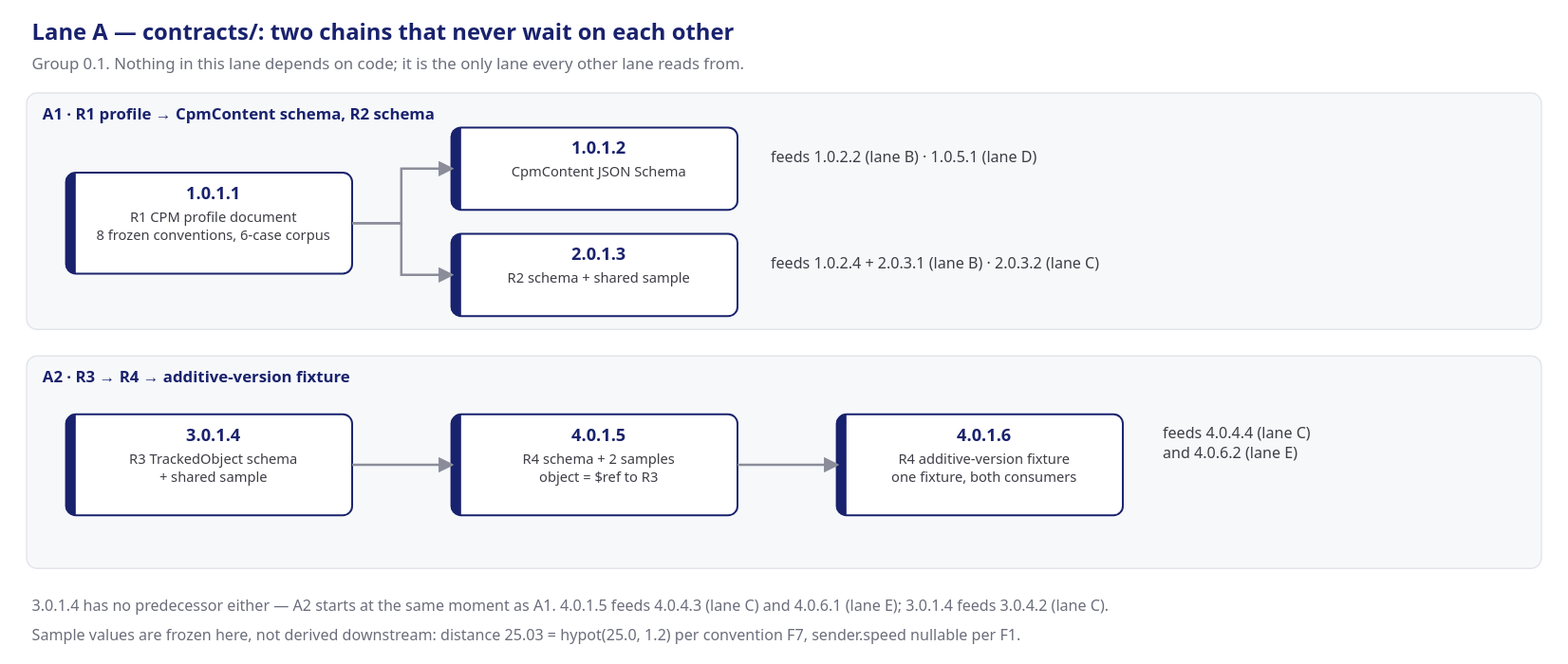
Before: presentation/assets/phase0-exec-lane-a.svg, a diagram exported from draw.io (mnpham2101/FPT-Hackathon2026). Source tidied: cells renumbered, new cells last; positions are measured from the earlier drawing's top-left corner, leaving out a move shared by most shapes. Its diagram source:
```xml
<mxGraphModel>
  <root>
    <mxCell id="0" />
    <mxCell id="1" parent="0" />
    <mxCell id="2" value="Lane A — contracts/: two chains that never wait on each other" style="text;html=1;align=left;verticalAlign=middle;fontSize=16;fontColor=#19226D;fontStyle=1;" parent="1" vertex="1">
      <mxGeometry x="4" width="550" height="26" as="geometry" />
    </mxCell>
    <mxCell id="3" value="Lane A — contracts/: two chains that never wait on each other" style="text;html=1;align=left;verticalAlign=middle;fontSize=14;fontStyle=1;fontColor=#19226D;" parent="1" vertex="1">
      <mxGeometry y="1" width="1140" height="22" as="geometry" />
    </mxCell>
    <mxCell id="4" value="Group 0.1. Nothing in this lane depends on code; it is the only lane every other lane reads from." style="text;html=1;align=left;verticalAlign=middle;fontSize=11;fontColor=#6b6e7b;" parent="1" vertex="1">
      <mxGeometry x="4" y="27" width="617" height="18" as="geometry" />
    </mxCell>
    <mxCell id="5" value="Group 0.1. Nothing in this lane depends on code; it is the only lane every other lane reads from." style="text;html=1;align=left;verticalAlign=middle;fontSize=11;fontColor=#6b6e7b;" parent="1" vertex="1">
      <mxGeometry y="23" width="1140" height="18" as="geometry" />
    </mxCell>
    <mxCell id="6" value="A1 · R1 profile → CpmContent schema, R2 schema" style="rounded=1;whiteSpace=wrap;html=1;fillColor=#f7f8fa;strokeColor=#e3e5ea;verticalAlign=top;align=left;spacingLeft=10;fontSize=11;fontStyle=1;fontColor=#19226D;" parent="1" vertex="1">
      <mxGeometry y="57" width="1140" height="178" as="geometry" />
    </mxCell>
    <mxCell id="7" value="A1 · R1 profile → CpmContent schema, R2 schema" style="text;html=1;align=left;verticalAlign=middle;fontSize=11;fontColor=#19226D;fontStyle=1;" parent="1" vertex="1">
      <mxGeometry x="12" y="65" width="293" height="18" as="geometry" />
    </mxCell>
    <mxCell id="8" value="&lt;b&gt;1.0.1.1&lt;/b&gt;&lt;br&gt;R1 CPM profile document&lt;br&gt;8 frozen conventions, 6-case corpus" style="rounded=1;whiteSpace=wrap;html=1;fillColor=#ffffff;strokeColor=#19226D;fontSize=11;fontColor=#19226D;verticalAlign=middle;" parent="1" vertex="1">
      <mxGeometry x="30" y="117" width="215" height="76" as="geometry" />
    </mxCell>
    <mxCell id="9" value="&lt;b&gt;1.0.1.2&lt;/b&gt;&lt;br&gt;CpmContent JSON Schema" style="rounded=1;whiteSpace=wrap;html=1;fillColor=#ffffff;strokeColor=#19226D;fontSize=11;fontColor=#19226D;verticalAlign=middle;" parent="1" vertex="1">
      <mxGeometry x="320" y="83" width="215" height="62" as="geometry" />
    </mxCell>
    <mxCell id="10" value="&lt;b&gt;2.0.1.3&lt;/b&gt;&lt;br&gt;R2 schema + shared sample" style="rounded=1;whiteSpace=wrap;html=1;fillColor=#ffffff;strokeColor=#19226D;fontSize=11;fontColor=#19226D;verticalAlign=middle;" parent="1" vertex="1">
      <mxGeometry x="320" y="163" width="215" height="62" as="geometry" />
    </mxCell>
    <mxCell id="11" style="edgeStyle=orthogonalEdgeStyle;rounded=0;html=1;strokeColor=#8a8d99;endArrow=classic;fontSize=10;" parent="1" edge="1" source="8" target="9">
      <mxGeometry relative="1" as="geometry">
        <Array as="points">
          <mxPoint x="282" y="155" />
          <mxPoint x="282" y="114" />
        </Array>
      </mxGeometry>
    </mxCell>
    <mxCell id="12" style="edgeStyle=orthogonalEdgeStyle;rounded=0;html=1;strokeColor=#8a8d99;endArrow=classic;fontSize=10;" parent="1" edge="1" source="8" target="10">
      <mxGeometry relative="1" as="geometry">
        <Array as="points">
          <mxPoint x="282" y="155" />
          <mxPoint x="282" y="194" />
        </Array>
      </mxGeometry>
    </mxCell>
    <mxCell id="13" value="feeds  1.0.2.2 (lane B)  ·  1.0.5.1 (lane D)" style="text;html=1;align=left;verticalAlign=middle;fontSize=10;fontColor=#3d3d46;" parent="1" vertex="1">
      <mxGeometry x="560" y="97" width="268" height="17" as="geometry" />
    </mxCell>
    <mxCell id="14" value="feeds  1.0.2.4 + 2.0.3.1 (lane B)  ·  2.0.3.2 (lane C)" style="text;html=1;align=left;verticalAlign=middle;fontSize=10;fontColor=#3d3d46;" parent="1" vertex="1">
      <mxGeometry x="560" y="177" width="329" height="17" as="geometry" />
    </mxCell>
    <mxCell id="15" value="A2 · R3 → R4 → additive-version fixture" style="rounded=1;whiteSpace=wrap;html=1;fillColor=#f7f8fa;strokeColor=#e3e5ea;verticalAlign=top;align=left;spacingLeft=10;fontSize=11;fontStyle=1;fontColor=#19226D;" parent="1" vertex="1">
      <mxGeometry y="255" width="1140" height="160" as="geometry" />
    </mxCell>
    <mxCell id="16" value="A2 · R3 → R4 → additive-version fixture" style="text;html=1;align=left;verticalAlign=middle;fontSize=11;fontColor=#19226D;fontStyle=1;" parent="1" vertex="1">
      <mxGeometry x="12" y="263" width="248" height="18" as="geometry" />
    </mxCell>
    <mxCell id="17" value="&lt;b&gt;3.0.1.4&lt;/b&gt;&lt;br&gt;R3 TrackedObject schema&lt;br&gt;+ shared sample" style="rounded=1;whiteSpace=wrap;html=1;fillColor=#ffffff;strokeColor=#19226D;fontSize=11;fontColor=#19226D;verticalAlign=middle;" parent="1" vertex="1">
      <mxGeometry x="30" y="299" width="215" height="76" as="geometry" />
    </mxCell>
    <mxCell id="18" value="&lt;b&gt;4.0.1.5&lt;/b&gt;&lt;br&gt;R4 schema + 2 samples&lt;br&gt;object = $ref to R3" style="rounded=1;whiteSpace=wrap;html=1;fillColor=#ffffff;strokeColor=#19226D;fontSize=11;fontColor=#19226D;verticalAlign=middle;" parent="1" vertex="1">
      <mxGeometry x="320" y="299" width="215" height="76" as="geometry" />
    </mxCell>
    <mxCell id="19" value="&lt;b&gt;4.0.1.6&lt;/b&gt;&lt;br&gt;R4 additive-version fixture&lt;br&gt;one fixture, both consumers" style="rounded=1;whiteSpace=wrap;html=1;fillColor=#ffffff;strokeColor=#19226D;fontSize=11;fontColor=#19226D;verticalAlign=middle;" parent="1" vertex="1">
      <mxGeometry x="610" y="299" width="215" height="76" as="geometry" />
    </mxCell>
    <mxCell id="20" style="edgeStyle=orthogonalEdgeStyle;rounded=0;html=1;strokeColor=#8a8d99;endArrow=classic;fontSize=10;" parent="1" edge="1" source="17" target="18">
      <mxGeometry relative="1" as="geometry" />
    </mxCell>
    <mxCell id="21" style="edgeStyle=orthogonalEdgeStyle;rounded=0;html=1;strokeColor=#8a8d99;endArrow=classic;fontSize=10;" parent="1" edge="1" source="18" target="19">
      <mxGeometry relative="1" as="geometry" />
    </mxCell>
    <mxCell id="22" value="feeds  4.0.4.4 (lane C)" style="text;html=1;align=left;verticalAlign=middle;fontSize=10;fontColor=#3d3d46;" parent="1" vertex="1">
      <mxGeometry x="855" y="305" width="140" height="17" as="geometry" />
    </mxCell>
    <mxCell id="23" value="and  4.0.6.2 (lane E)" style="text;html=1;align=left;verticalAlign=middle;fontSize=10;fontColor=#3d3d46;" parent="1" vertex="1">
      <mxGeometry x="855" y="321" width="128" height="17" as="geometry" />
    </mxCell>
    <mxCell id="24" value="3.0.1.4 has no predecessor either — A2 starts at the same moment as A1. 4.0.1.5 feeds 4.0.4.3 (lane C) and 4.0.6.1 (lane E); 3.0.1.4 feeds 3.0.4.2 (lane C)." style="text;html=1;align=left;verticalAlign=middle;fontSize=10;fontColor=#6b6e7b;" parent="1" vertex="1">
      <mxGeometry x="4" y="435" width="951" height="17" as="geometry" />
    </mxCell>
    <mxCell id="25" value="Sample values are frozen here, not derived downstream: distance 25.03 = hypot(25.0, 1.2) per convention F7, sender.speed nullable per F1." style="text;html=1;align=left;verticalAlign=middle;fontSize=10;fontColor=#6b6e7b;" parent="1" vertex="1">
      <mxGeometry x="4" y="457" width="835" height="17" as="geometry" />
    </mxCell>
  </root>
</mxGraphModel>
```
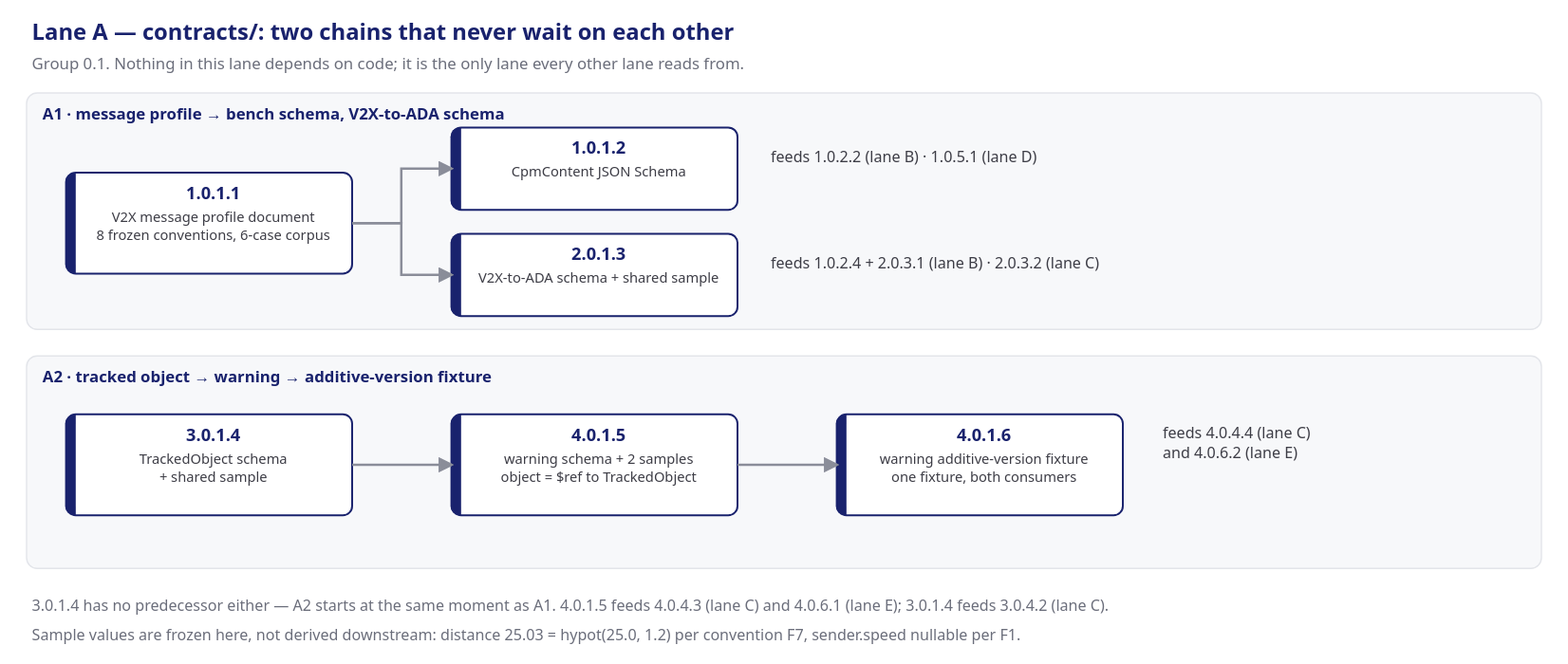
Later version of the same file.

What changed in the source:
```diff
@@ -14,19 +14,19 @@
     <mxCell id="5" value="Group 0.1. Nothing in this lane depends on code; it is the only lane every other lane reads from." style="text;html=1;align=left;verticalAlign=middle;fontSize=11;fontColor=#6b6e7b;" parent="1" vertex="1">
       <mxGeometry y="23" width="1140" height="18" as="geometry" />
     </mxCell>
-    <mxCell id="6" value="A1 · R1 profile → CpmContent schema, R2 schema" style="rounded=1;whiteSpace=wrap;html=1;fillColor=#f7f8fa;strokeColor=#e3e5ea;verticalAlign=top;align=left;spacingLeft=10;fontSize=11;fontStyle=1;fontColor=#19226D;" parent="1" vertex="1">
+    <mxCell id="6" value="A1 · message profile → bench schema, V2X-to-ADA schema" style="rounded=1;whiteSpace=wrap;html=1;fillColor=#f7f8fa;strokeColor=#e3e5ea;verticalAlign=top;align=left;spacingLeft=10;fontSize=11;fontStyle=1;fontColor=#19226D;" parent="1" vertex="1">
       <mxGeometry y="57" width="1140" height="178" as="geometry" />
     </mxCell>
-    <mxCell id="7" value="A1 · R1 profile → CpmContent schema, R2 schema" style="text;html=1;align=left;verticalAlign=middle;fontSize=11;fontColor=#19226D;fontStyle=1;" parent="1" vertex="1">
+    <mxCell id="7" value="A1 · message profile → bench schema, V2X-to-ADA schema" style="text;html=1;align=left;verticalAlign=middle;fontSize=11;fontColor=#19226D;fontStyle=1;" parent="1" vertex="1">
       <mxGeometry x="12" y="65" width="293" height="18" as="geometry" />
     </mxCell>
-    <mxCell id="8" value="&lt;b&gt;1.0.1.1&lt;/b&gt;&lt;br&gt;R1 CPM profile document&lt;br&gt;8 frozen conventions, 6-case corpus" style="rounded=1;whiteSpace=wrap;html=1;fillColor=#ffffff;strokeColor=#19226D;fontSize=11;fontColor=#19226D;verticalAlign=middle;" parent="1" vertex="1">
+    <mxCell id="8" value="&lt;b&gt;1.0.1.1&lt;/b&gt;&lt;br&gt;V2X message profile document&lt;br&gt;8 frozen conventions, 6-case corpus" style="rounded=1;whiteSpace=wrap;html=1;fillColor=#ffffff;strokeColor=#19226D;fontSize=11;fontColor=#19226D;verticalAlign=middle;" parent="1" vertex="1">
       <mxGeometry x="30" y="117" width="215" height="76" as="geometry" />
     </mxCell>
     <mxCell id="9" value="&lt;b&gt;1.0.1.2&lt;/b&gt;&lt;br&gt;CpmContent JSON Schema" style="rounded=1;whiteSpace=wrap;html=1;fillColor=#ffffff;strokeColor=#19226D;fontSize=11;fontColor=#19226D;verticalAlign=middle;" parent="1" vertex="1">
       <mxGeometry x="320" y="83" width="215" height="62" as="geometry" />
     </mxCell>
-    <mxCell id="10" value="&lt;b&gt;2.0.1.3&lt;/b&gt;&lt;br&gt;R2 schema + shared sample" style="rounded=1;whiteSpace=wrap;html=1;fillColor=#ffffff;strokeColor=#19226D;fontSize=11;fontColor=#19226D;verticalAlign=middle;" parent="1" vertex="1">
+    <mxCell id="10" value="&lt;b&gt;2.0.1.3&lt;/b&gt;&lt;br&gt;V2X-to-ADA schema + shared sample" style="rounded=1;whiteSpace=wrap;html=1;fillColor=#ffffff;strokeColor=#19226D;fontSize=11;fontColor=#19226D;verticalAlign=middle;" parent="1" vertex="1">
       <mxGeometry x="320" y="163" width="215" height="62" as="geometry" />
     </mxCell>
     <mxCell id="11" style="edgeStyle=orthogonalEdgeStyle;rounded=0;html=1;strokeColor=#8a8d99;endArrow=classic;fontSize=10;" parent="1" edge="1" source="8" target="9">
@@ -51,19 +51,19 @@
     <mxCell id="14" value="feeds  1.0.2.4 + 2.0.3.1 (lane B)  ·  2.0.3.2 (lane C)" style="text;html=1;align=left;verticalAlign=middle;fontSize=10;fontColor=#3d3d46;" parent="1" vertex="1">
       <mxGeometry x="560" y="177" width="329" height="17" as="geometry" />
     </mxCell>
-    <mxCell id="15" value="A2 · R3 → R4 → additive-version fixture" style="rounded=1;whiteSpace=wrap;html=1;fillColor=#f7f8fa;strokeColor=#e3e5ea;verticalAlign=top;align=left;spacingLeft=10;fontSize=11;fontStyle=1;fontColor=#19226D;" parent="1" vertex="1">
+    <mxCell id="15" value="A2 · tracked object → warning → additive-version fixture" style="rounded=1;whiteSpace=wrap;html=1;fillColor=#f7f8fa;strokeColor=#e3e5ea;verticalAlign=top;align=left;spacingLeft=10;fontSize=11;fontStyle=1;fontColor=#19226D;" parent="1" vertex="1">
       <mxGeometry y="255" width="1140" height="160" as="geometry" />
     </mxCell>
-    <mxCell id="16" value="A2 · R3 → R4 → additive-version fixture" style="text;html=1;align=left;verticalAlign=middle;fontSize=11;fontColor=#19226D;fontStyle=1;" parent="1" vertex="1">
+    <mxCell id="16" value="A2 · tracked object → warning → additive-version fixture" style="text;html=1;align=left;verticalAlign=middle;fontSize=11;fontColor=#19226D;fontStyle=1;" parent="1" vertex="1">
       <mxGeometry x="12" y="263" width="248" height="18" as="geometry" />
     </mxCell>
-    <mxCell id="17" value="&lt;b&gt;3.0.1.4&lt;/b&gt;&lt;br&gt;R3 TrackedObject schema&lt;br&gt;+ shared sample" style="rounded=1;whiteSpace=wrap;html=1;fillColor=#ffffff;strokeColor=#19226D;fontSize=11;fontColor=#19226D;verticalAlign=middle;" parent="1" vertex="1">
+    <mxCell id="17" value="&lt;b&gt;3.0.1.4&lt;/b&gt;&lt;br&gt;TrackedObject schema&lt;br&gt;+ shared sample" style="rounded=1;whiteSpace=wrap;html=1;fillColor=#ffffff;strokeColor=#19226D;fontSize=11;fontColor=#19226D;verticalAlign=middle;" parent="1" vertex="1">
       <mxGeometry x="30" y="299" width="215" height="76" as="geometry" />
     </mxCell>
-    <mxCell id="18" value="&lt;b&gt;4.0.1.5&lt;/b&gt;&lt;br&gt;R4 schema + 2 samples&lt;br&gt;object = $ref to R3" style="rounded=1;whiteSpace=wrap;html=1;fillColor=#ffffff;strokeColor=#19226D;fontSize=11;fontColor=#19226D;verticalAlign=middle;" parent="1" vertex="1">
+    <mxCell id="18" value="&lt;b&gt;4.0.1.5&lt;/b&gt;&lt;br&gt;warning schema + 2 samples&lt;br&gt;object = $ref to TrackedObject" style="rounded=1;whiteSpace=wrap;html=1;fillColor=#ffffff;strokeColor=#19226D;fontSize=11;fontColor=#19226D;verticalAlign=middle;" parent="1" vertex="1">
       <mxGeometry x="320" y="299" width="215" height="76" as="geometry" />
     </mxCell>
-    <mxCell id="19" value="&lt;b&gt;4.0.1.6&lt;/b&gt;&lt;br&gt;R4 additive-version fixture&lt;br&gt;one fixture, both consumers" style="rounded=1;whiteSpace=wrap;html=1;fillColor=#ffffff;strokeColor=#19226D;fontSize=11;fontColor=#19226D;verticalAlign=middle;" parent="1" vertex="1">
+    <mxCell id="19" value="&lt;b&gt;4.0.1.6&lt;/b&gt;&lt;br&gt;warning additive-version fixture&lt;br&gt;one fixture, both consumers" style="rounded=1;whiteSpace=wrap;html=1;fillColor=#ffffff;strokeColor=#19226D;fontSize=11;fontColor=#19226D;verticalAlign=middle;" parent="1" vertex="1">
       <mxGeometry x="610" y="299" width="215" height="76" as="geometry" />
     </mxCell>
     <mxCell id="20" style="edgeStyle=orthogonalEdgeStyle;rounded=0;html=1;strokeColor=#8a8d99;endArrow=classic;fontSize=10;" parent="1" edge="1" source="17" target="18">
```
